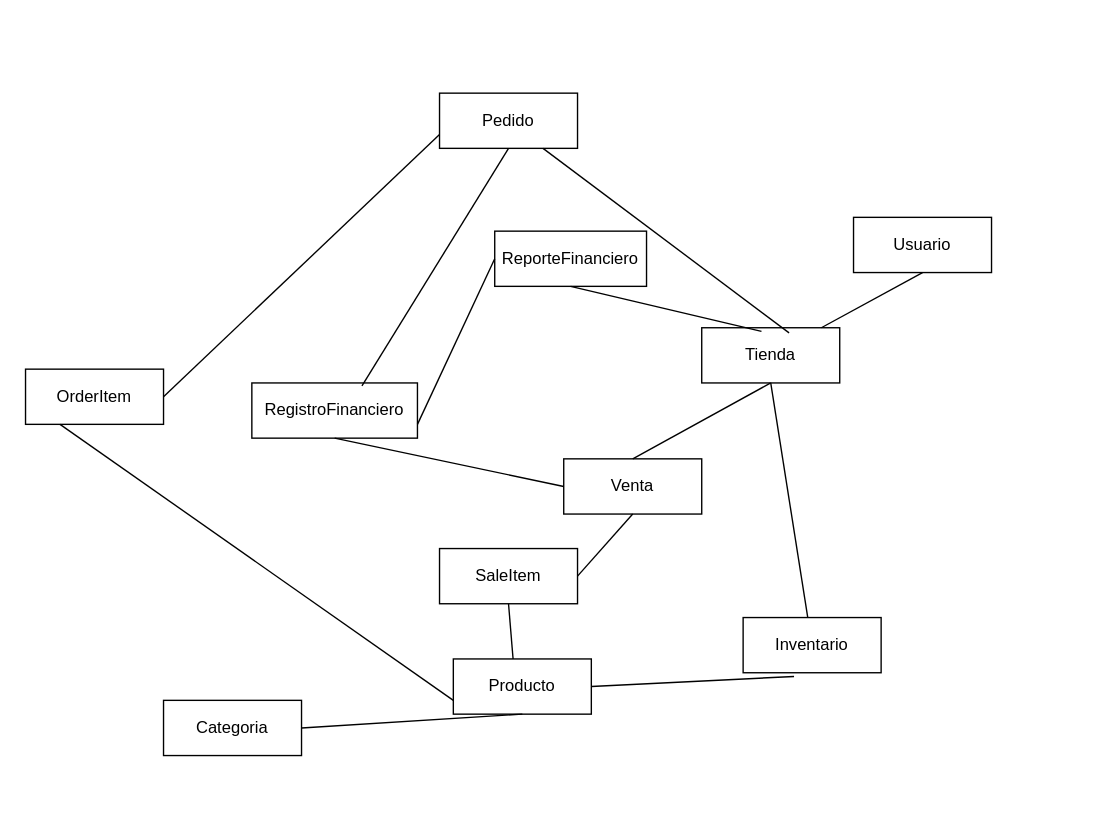
Before: diagramas/Diagrama_Entidad_Relacion.drawio in AtongaTech/Documentation-Design, a draw.io diagram. Source tidied: cells renumbered, new cells numbered last; positions are measured from the earlier drawing's top-left corner, leaving out a move shared by most shapes. Both pictures are drawn from the tidied source at 138%, with x=0, y=0 at pixel (25, 92).
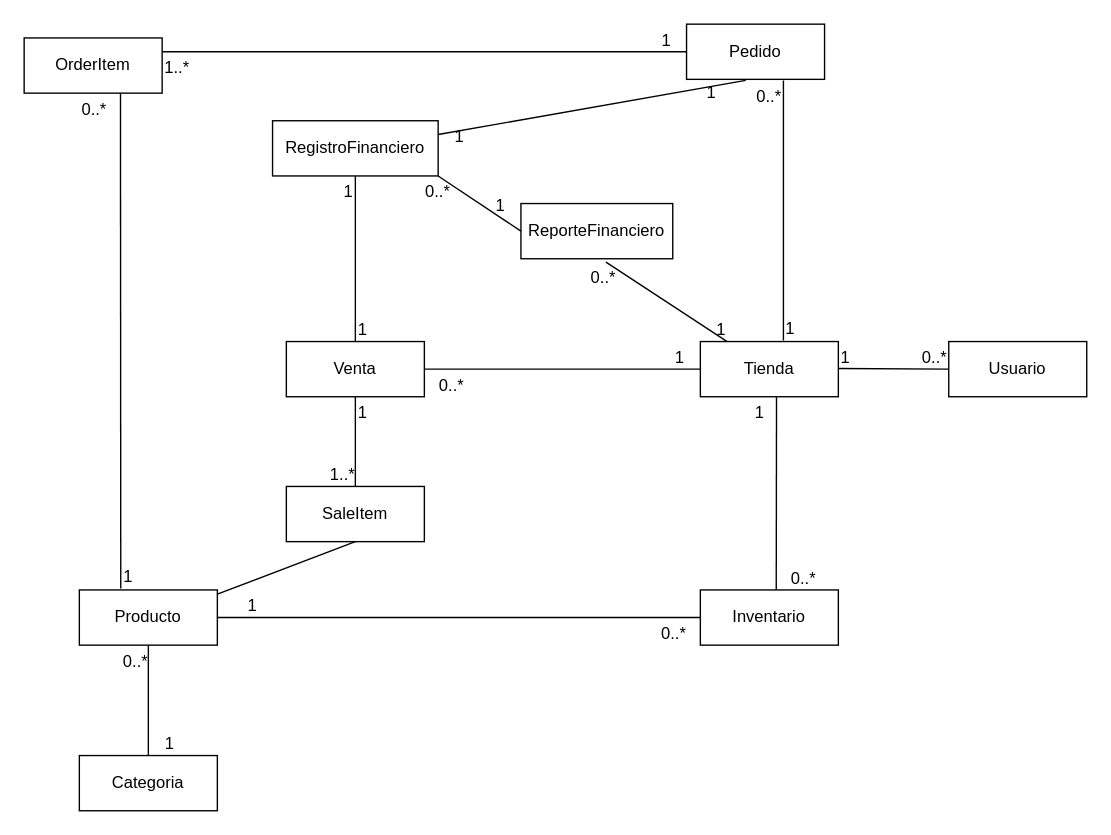
After the change.

Commit message:
Mejoras diagrama-Revisar

What changed in the source:
```diff
@@
     <mxCell id="2" value="Usuario" style="whiteSpace=wrap;html=1;align=center;" parent="1" vertex="1">
-      <mxGeometry x="600" y="90" width="100" height="40" as="geometry" />
+      <mxGeometry x="669" y="180" width="100" height="40" as="geometry" />
     </mxCell>
     <mxCell id="3" value="Producto" style="whiteSpace=wrap;html=1;align=center;" parent="1" vertex="1">
-      <mxGeometry x="310" y="410" width="100" height="40" as="geometry" />
+      <mxGeometry x="39" y="360" width="100" height="40" as="geometry" />
     </mxCell>
     <mxCell id="4" value="Pedido" style="whiteSpace=wrap;html=1;align=center;" parent="1" vertex="1">
-      <mxGeometry x="300" width="100" height="40" as="geometry" />
+      <mxGeometry x="479" y="-50" width="100" height="40" as="geometry" />
     </mxCell>
     <mxCell id="5" value="Categoria" style="whiteSpace=wrap;html=1;align=center;" parent="1" vertex="1">
-      <mxGeometry x="100" y="440" width="100" height="40" as="geometry" />
+      <mxGeometry x="39" y="480" width="100" height="40" as="geometry" />
     </mxCell>
     <mxCell id="6" value="Tienda" style="whiteSpace=wrap;html=1;align=center;" parent="1" vertex="1">
-      <mxGeometry x="490" y="170" width="100" height="40" as="geometry" />
+      <mxGeometry x="489" y="180" width="100" height="40" as="geometry" />
     </mxCell>
     <mxCell id="7" value="Venta" style="whiteSpace=wrap;html=1;align=center;" parent="1" vertex="1">
-      <mxGeometry x="390" y="265" width="100" height="40" as="geometry" />
+      <mxGeometry x="189" y="180" width="100" height="40" as="geometry" />
     </mxCell>
     <mxCell id="8" value="Inventario" style="whiteSpace=wrap;html=1;align=center;" parent="1" vertex="1">
-      <mxGeometry x="520" y="380" width="100" height="40" as="geometry" />
+      <mxGeometry x="489" y="360" width="100" height="40" as="geometry" />
     </mxCell>
     <mxCell id="9" value="RegistroFinanciero" style="whiteSpace=wrap;html=1;align=center;" parent="1" vertex="1">
-      <mxGeometry x="164" y="210" width="120" height="40" as="geometry" />
+      <mxGeometry x="179" y="20" width="120" height="40" as="geometry" />
     </mxCell>
     <mxCell id="10" value="ReporteFinanciero" style="whiteSpace=wrap;html=1;align=center;" parent="1" vertex="1">
-      <mxGeometry x="340" y="100" width="110" height="40" as="geometry" />
+      <mxGeometry x="359" y="80" width="110" height="40" as="geometry" />
     </mxCell>
     <mxCell id="11" value="SaleItem" style="whiteSpace=wrap;html=1;align=center;" parent="1" vertex="1">
-      <mxGeometry x="300" y="330" width="100" height="40" as="geometry" />
+      <mxGeometry x="189" y="285" width="100" height="40" as="geometry" />
     </mxCell>
     <mxCell id="12" value="OrderItem" style="whiteSpace=wrap;html=1;align=center;" parent="1" vertex="1">
-      <mxGeometry y="200" width="100" height="40" as="geometry" />
+      <mxGeometry x="-1" y="-40" width="100" height="40" as="geometry" />
     </mxCell>
-    <mxCell id="13" style="endArrow=none;html=1;rounded=0;exitX=0.5;exitY=1;exitDx=0;exitDy=0;" parent="1" edge="1" source="2" target="6">
-      <mxGeometry relative="1" as="geometry" />
-    </mxCell>
-    <mxCell id="14" style="endArrow=none;html=1;rounded=0;exitX=0.5;exitY=0;exitDx=0;exitDy=0;entryX=0.5;entryY=1;entryDx=0;entryDy=0;" parent="1" edge="1" source="7" target="6">
-      <mxGeometry relative="1" as="geometry" />
-    </mxCell>
-    <mxCell id="15" style="endArrow=none;html=1;rounded=0;exitX=0.75;exitY=1;exitDx=0;exitDy=0;entryX=0.633;entryY=0.093;entryDx=0;entryDy=0;entryPerimeter=0;" parent="1" edge="1" source="4" target="6">
-      <mxGeometry relative="1" as="geometry" />
-    </mxCell>
-    <mxCell id="16" style="endArrow=none;html=1;rounded=0;" parent="1" edge="1" source="8">
-      <mxGeometry relative="1" as="geometry">
-        <mxPoint x="540" y="210" as="targetPoint" />
-      </mxGeometry>
-    </mxCell>
-    <mxCell id="17" style="endArrow=none;html=1;rounded=0;exitX=0.5;exitY=1;exitDx=0;exitDy=0;entryX=0.433;entryY=0.067;entryDx=0;entryDy=0;entryPerimeter=0;" parent="1" edge="1" source="10" target="6">
-      <mxGeometry relative="1" as="geometry" />
-    </mxCell>
-    <mxCell id="18" style="endArrow=none;html=1;rounded=0;exitX=1;exitY=0.75;exitDx=0;exitDy=0;entryX=0;entryY=0.5;entryDx=0;entryDy=0;" parent="1" edge="1" source="9" target="10">
-      <mxGeometry relative="1" as="geometry" />
-    </mxCell>
-    <mxCell id="19" style="endArrow=none;html=1;rounded=0;exitX=1;exitY=0.5;exitDx=0;exitDy=0;entryX=0.5;entryY=1;entryDx=0;entryDy=0;" parent="1" edge="1" source="5" target="3">
-      <mxGeometry relative="1" as="geometry" />
-    </mxCell>
-    <mxCell id="20" style="endArrow=none;html=1;rounded=0;exitX=0.5;exitY=1;exitDx=0;exitDy=0;entryX=0.433;entryY=0.001;entryDx=0;entryDy=0;entryPerimeter=0;" parent="1" edge="1" source="11" target="3">
-      <mxGeometry relative="1" as="geometry" />
+    <mxCell id="20" style="endArrow=none;html=1;rounded=0;exitX=0.5;exitY=1;exitDx=0;exitDy=0;" parent="1" edge="1" source="11">
+      <mxGeometry relative="1" as="geometry">
+        <mxPoint x="139" y="363" as="targetPoint" />
+      </mxGeometry>
     </mxCell>
+    <mxCell id="27" style="edgeStyle=orthogonalEdgeStyle;rounded=0;orthogonalLoop=1;jettySize=auto;html=1;exitX=0.5;exitY=1;exitDx=0;exitDy=0;" parent="1" edge="1" source="4" target="4">
+      <mxGeometry relative="1" as="geometry" />
+    </mxCell>
+    <mxCell id="28" style="endArrow=none;html=1;rounded=0;entryX=0;entryY=0.5;entryDx=0;entryDy=0;" parent="1" edge="1" target="2">
+      <mxGeometry relative="1" as="geometry">
+        <mxPoint x="589" y="199.5" as="sourcePoint" />
+      </mxGeometry>
+    </mxCell>
+    <mxCell id="29" value="1" style="html=1;whiteSpace=wrap;align=left;verticalAlign=bottom;" parent="28" vertex="1">
+      <mxGeometry x="-1" relative="1" as="geometry" />
+    </mxCell>
+    <mxCell id="30" value="0..*" style="html=1;whiteSpace=wrap;align=right;verticalAlign=bottom;" parent="28" vertex="1">
+      <mxGeometry x="1" relative="1" as="geometry" />
+    </mxCell>
+    <mxCell id="31" style="endArrow=none;html=1;rounded=0;entryX=0.702;entryY=1.02;entryDx=0;entryDy=0;exitX=0.602;exitY=-0.02;exitDx=0;exitDy=0;exitPerimeter=0;entryPerimeter=0;" parent="1" edge="1" source="6" target="4">
+      <mxGeometry relative="1" as="geometry" />
+    </mxCell>
+    <mxCell id="32" value="1" style="html=1;whiteSpace=wrap;align=left;verticalAlign=bottom;" parent="31" vertex="1">
+      <mxGeometry x="-1" relative="1" as="geometry" />
+    </mxCell>
+    <mxCell id="33" value="0..*" style="html=1;whiteSpace=wrap;align=right;verticalAlign=bottom;" parent="31" vertex="1">
+      <mxGeometry x="1" relative="1" as="geometry">
+        <mxPoint y="20" as="offset" />
+      </mxGeometry>
+    </mxCell>
+    <mxCell id="34" style="endArrow=none;html=1;rounded=0;entryX=1;entryY=0.5;entryDx=0;entryDy=0;exitX=0;exitY=0.5;exitDx=0;exitDy=0;" parent="1" edge="1" source="6" target="7">
+      <mxGeometry relative="1" as="geometry" />
+    </mxCell>
+    <mxCell id="35" value="1" style="html=1;whiteSpace=wrap;align=left;verticalAlign=bottom;" parent="34" vertex="1">
+      <mxGeometry x="-1" relative="1" as="geometry">
+        <mxPoint x="-20" as="offset" />
+      </mxGeometry>
+    </mxCell>
+    <mxCell id="36" value="0..*" style="html=1;whiteSpace=wrap;align=right;verticalAlign=bottom;" parent="34" vertex="1">
+      <mxGeometry x="1" relative="1" as="geometry">
+        <mxPoint x="30" y="20" as="offset" />
+      </mxGeometry>
+    </mxCell>
+    <mxCell id="23" style="endArrow=none;html=1;rounded=0;entryX=0.5;entryY=0;entryDx=0;entryDy=0;exitX=0.5;exitY=1;exitDx=0;exitDy=0;" parent="1" edge="1" source="9" target="7">
+      <mxGeometry relative="1" as="geometry" />
+    </mxCell>
+    <mxCell id="37" value="1" style="html=1;whiteSpace=wrap;align=left;verticalAlign=bottom;" parent="23" vertex="1">
+      <mxGeometry x="-1" relative="1" as="geometry">
+        <mxPoint x="-10" y="20" as="offset" />
+      </mxGeometry>
+    </mxCell>
+    <mxCell id="38" value="1" style="html=1;whiteSpace=wrap;align=right;verticalAlign=bottom;" parent="23" vertex="1">
+      <mxGeometry x="1" relative="1" as="geometry">
+        <mxPoint x="10" as="offset" />
+      </mxGeometry>
+    </mxCell>
+    <mxCell id="22" style="endArrow=none;html=1;rounded=0;entryX=0.5;entryY=1;entryDx=0;entryDy=0;exitX=0.5;exitY=0;exitDx=0;exitDy=0;" parent="1" edge="1" source="11" target="7">
+      <mxGeometry relative="1" as="geometry" />
+    </mxCell>
+    <mxCell id="39" value="1..*" style="html=1;whiteSpace=wrap;align=left;verticalAlign=bottom;" parent="22" vertex="1">
+      <mxGeometry x="-1" relative="1" as="geometry">
+        <mxPoint x="-20" as="offset" />
+      </mxGeometry>
+    </mxCell>
+    <mxCell id="40" value="1" style="html=1;whiteSpace=wrap;align=right;verticalAlign=bottom;" parent="22" vertex="1">
+      <mxGeometry x="1" relative="1" as="geometry">
+        <mxPoint x="10" y="20" as="offset" />
+      </mxGeometry>
+    </mxCell>
+    <mxCell id="41" style="endArrow=none;html=1;rounded=0;entryX=1;entryY=0.25;entryDx=0;entryDy=0;exitX=0.429;exitY=1.019;exitDx=0;exitDy=0;exitPerimeter=0;" parent="1" edge="1" source="4" target="9">
+      <mxGeometry relative="1" as="geometry" />
+    </mxCell>
+    <mxCell id="42" value="1" style="html=1;whiteSpace=wrap;align=left;verticalAlign=bottom;" parent="41" vertex="1">
+      <mxGeometry x="-1" relative="1" as="geometry">
+        <mxPoint x="-30" y="17" as="offset" />
+      </mxGeometry>
+    </mxCell>
+    <mxCell id="43" value="1" style="html=1;whiteSpace=wrap;align=right;verticalAlign=bottom;" parent="41" vertex="1">
+      <mxGeometry x="1" relative="1" as="geometry">
+        <mxPoint x="20" y="10" as="offset" />
+      </mxGeometry>
+    </mxCell>
+    <mxCell id="44" style="endArrow=none;html=1;rounded=0;entryX=1;entryY=1;entryDx=0;entryDy=0;exitX=0;exitY=0.5;exitDx=0;exitDy=0;" parent="1" edge="1" source="10" target="9">
+      <mxGeometry relative="1" as="geometry" />
+    </mxCell>
+    <mxCell id="45" value="1" style="html=1;whiteSpace=wrap;align=left;verticalAlign=bottom;" parent="44" vertex="1">
+      <mxGeometry x="-1" relative="1" as="geometry">
+        <mxPoint x="-20" y="-10" as="offset" />
+      </mxGeometry>
+    </mxCell>
+    <mxCell id="46" value="0..*" style="html=1;whiteSpace=wrap;align=right;verticalAlign=bottom;" parent="44" vertex="1">
+      <mxGeometry x="1" relative="1" as="geometry">
+        <mxPoint x="10" y="20" as="offset" />
+      </mxGeometry>
+    </mxCell>
+    <mxCell id="47" style="endArrow=none;html=1;rounded=0;entryX=0.56;entryY=1.062;entryDx=0;entryDy=0;entryPerimeter=0;" parent="1" edge="1" source="6" target="10">
+      <mxGeometry relative="1" as="geometry" />
+    </mxCell>
+    <mxCell id="48" value="1" style="html=1;whiteSpace=wrap;align=left;verticalAlign=bottom;" parent="47" vertex="1">
+      <mxGeometry x="-1" relative="1" as="geometry">
+        <mxPoint x="-9" as="offset" />
+      </mxGeometry>
+    </mxCell>
+    <mxCell id="49" value="0..*" style="html=1;whiteSpace=wrap;align=right;verticalAlign=bottom;" parent="47" vertex="1">
+      <mxGeometry x="1" relative="1" as="geometry">
+        <mxPoint x="8" y="20" as="offset" />
+      </mxGeometry>
+    </mxCell>
+    <mxCell id="50" style="endArrow=none;html=1;rounded=0;entryX=0.55;entryY=0;entryDx=0;entryDy=0;exitX=0.552;exitY=1.008;exitDx=0;exitDy=0;exitPerimeter=0;entryPerimeter=0;" parent="1" edge="1" source="6" target="8">
+      <mxGeometry relative="1" as="geometry" />
+    </mxCell>
+    <mxCell id="51" value="1" style="html=1;whiteSpace=wrap;align=left;verticalAlign=bottom;" parent="50" vertex="1">
+      <mxGeometry x="-1" relative="1" as="geometry">
+        <mxPoint x="-17" y="20" as="offset" />
+      </mxGeometry>
+    </mxCell>
+    <mxCell id="52" value="0..*" style="html=1;whiteSpace=wrap;align=right;verticalAlign=bottom;" parent="50" vertex="1">
+      <mxGeometry x="1" relative="1" as="geometry">
+        <mxPoint x="30" as="offset" />
+      </mxGeometry>
+    </mxCell>
-    <mxCell id="21" style="endArrow=none;html=1;rounded=0;exitX=0.369;exitY=1.067;exitDx=0;exitDy=0;entryX=1;entryY=0.5;entryDx=0;entryDy=0;exitPerimeter=0;" parent="1" edge="1" source="8" target="3">
+    <mxCell id="21" style="endArrow=none;html=1;rounded=0;exitX=0;exitY=0.5;exitDx=0;exitDy=0;entryX=1;entryY=0.5;entryDx=0;entryDy=0;" parent="1" edge="1" source="8" target="3">
       <mxGeometry relative="1" as="geometry" />
     </mxCell>
-    <mxCell id="22" style="endArrow=none;html=1;rounded=0;exitX=1;exitY=0.5;exitDx=0;exitDy=0;entryX=0.5;entryY=1;entryDx=0;entryDy=0;" parent="1" edge="1" source="11" target="7">
-      <mxGeometry relative="1" as="geometry" />
-    </mxCell>
-    <mxCell id="23" style="endArrow=none;html=1;rounded=0;exitX=0.5;exitY=1;exitDx=0;exitDy=0;entryX=0;entryY=0.5;entryDx=0;entryDy=0;" parent="1" edge="1" source="9" target="7">
-      <mxGeometry relative="1" as="geometry" />
-    </mxCell>
+    <mxCell id="53" value="0..*" style="html=1;whiteSpace=wrap;align=left;verticalAlign=bottom;" parent="21" vertex="1">
+      <mxGeometry x="-1" relative="1" as="geometry">
+        <mxPoint x="-30" y="20" as="offset" />
+      </mxGeometry>
+    </mxCell>
+    <mxCell id="54" value="1" style="html=1;whiteSpace=wrap;align=right;verticalAlign=bottom;" parent="21" vertex="1">
+      <mxGeometry x="1" relative="1" as="geometry">
+        <mxPoint x="30" as="offset" />
+      </mxGeometry>
+    </mxCell>
+    <mxCell id="55" style="endArrow=none;html=1;rounded=0;entryX=0.5;entryY=0;entryDx=0;entryDy=0;exitX=0.5;exitY=1;exitDx=0;exitDy=0;" parent="1" edge="1" source="3" target="5">
+      <mxGeometry relative="1" as="geometry" />
+    </mxCell>
+    <mxCell id="56" value="0..*" style="html=1;whiteSpace=wrap;align=left;verticalAlign=bottom;" parent="55" vertex="1">
+      <mxGeometry x="-1" relative="1" as="geometry">
+        <mxPoint x="-20" y="20" as="offset" />
+      </mxGeometry>
+    </mxCell>
+    <mxCell id="57" value="1" style="html=1;whiteSpace=wrap;align=right;verticalAlign=bottom;" parent="55" vertex="1">
+      <mxGeometry x="1" relative="1" as="geometry">
+        <mxPoint x="20" as="offset" />
+      </mxGeometry>
+    </mxCell>
+    <mxCell id="58" style="endArrow=none;html=1;rounded=0;exitX=0.698;exitY=1.002;exitDx=0;exitDy=0;exitPerimeter=0;" parent="1" edge="1" source="12">
+      <mxGeometry relative="1" as="geometry">
+        <mxPoint x="69" y="359" as="targetPoint" />
+      </mxGeometry>
+    </mxCell>
+    <mxCell id="59" value="0..*" style="html=1;whiteSpace=wrap;align=left;verticalAlign=bottom;" parent="58" vertex="1">
+      <mxGeometry x="-1" relative="1" as="geometry">
+        <mxPoint x="-30" y="20" as="offset" />
+      </mxGeometry>
+    </mxCell>
+    <mxCell id="60" value="1" style="html=1;whiteSpace=wrap;align=right;verticalAlign=bottom;" parent="58" vertex="1">
+      <mxGeometry x="1" relative="1" as="geometry">
+        <mxPoint x="10" as="offset" />
+      </mxGeometry>
+    </mxCell>
-    <mxCell id="24" style="endArrow=none;html=1;rounded=0;exitX=1;exitY=0.5;exitDx=0;exitDy=0;entryX=0;entryY=0.75;entryDx=0;entryDy=0;" parent="1" edge="1" source="12" target="4">
+    <mxCell id="24" style="endArrow=none;html=1;rounded=0;exitX=1;exitY=0.25;exitDx=0;exitDy=0;entryX=0;entryY=0.5;entryDx=0;entryDy=0;" parent="1" edge="1" source="12" target="4">
       <mxGeometry relative="1" as="geometry" />
     </mxCell>
-    <mxCell id="25" style="endArrow=none;html=1;rounded=0;entryX=0.5;entryY=1;entryDx=0;entryDy=0;exitX=0.665;exitY=0.054;exitDx=0;exitDy=0;exitPerimeter=0;" parent="1" edge="1" source="9" target="4">
-      <mxGeometry relative="1" as="geometry" />
-    </mxCell>
-    <mxCell id="26" style="endArrow=none;html=1;rounded=0;exitX=0.25;exitY=1;exitDx=0;exitDy=0;entryX=0;entryY=0.75;entryDx=0;entryDy=0;" parent="1" edge="1" source="12" target="3">
-      <mxGeometry relative="1" as="geometry" />
-    </mxCell>
+    <mxCell id="61" value="1..*" style="html=1;whiteSpace=wrap;align=left;verticalAlign=bottom;" parent="24" vertex="1">
+      <mxGeometry x="-1" relative="1" as="geometry">
+        <mxPoint y="20" as="offset" />
+      </mxGeometry>
+    </mxCell>
+    <mxCell id="62" value="1" style="html=1;whiteSpace=wrap;align=right;verticalAlign=bottom;" parent="24" vertex="1">
+      <mxGeometry x="1" relative="1" as="geometry">
+        <mxPoint x="-10" as="offset" />
+      </mxGeometry>
+    </mxCell>
```
